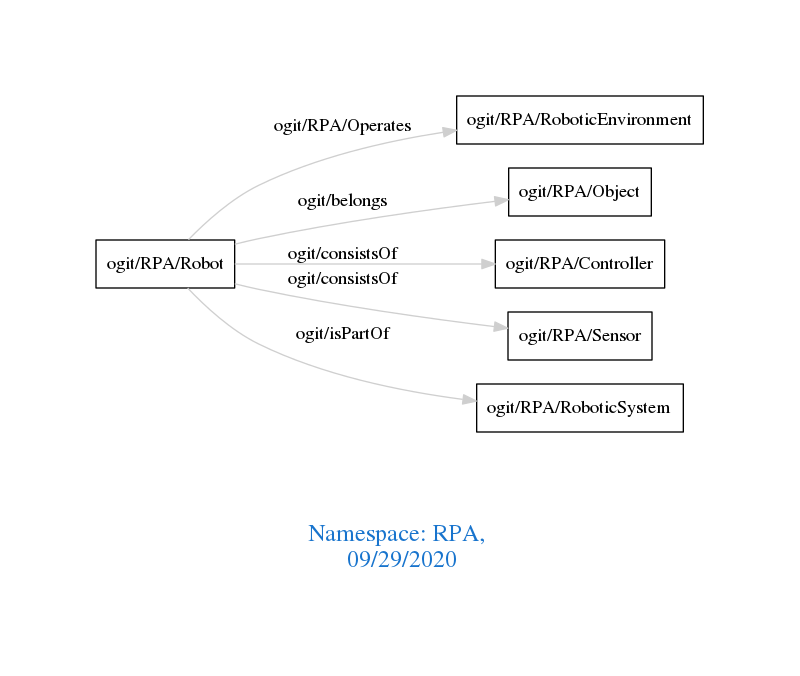
Before: downloads/RPA.png, a diagram exported from Graphviz (arago/OGIT). Its source is kept beside it as downloads/RPA.dot.
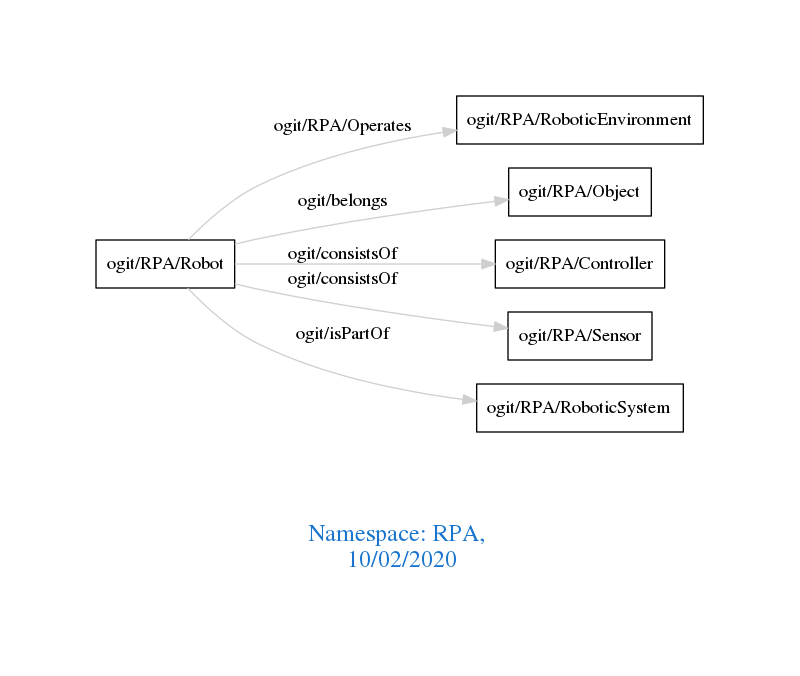
The same diagram one commit later.

Change to the diagram source:
```diff
@@ -1,7 +1,7 @@
 digraph OGIT_ontology {
  graph [ rankdir= LR,pad=1
 fontsize = 18,
-fontcolor= dodgerblue3,label = "\n\n\nNamespace: RPA, \n 09/29/2020"];
+fontcolor= dodgerblue3,label = "\n\n\nNamespace: RPA, \n 10/02/2020"];
 node[shape=polygon];
 edge [  color="gray81"];
 
```
